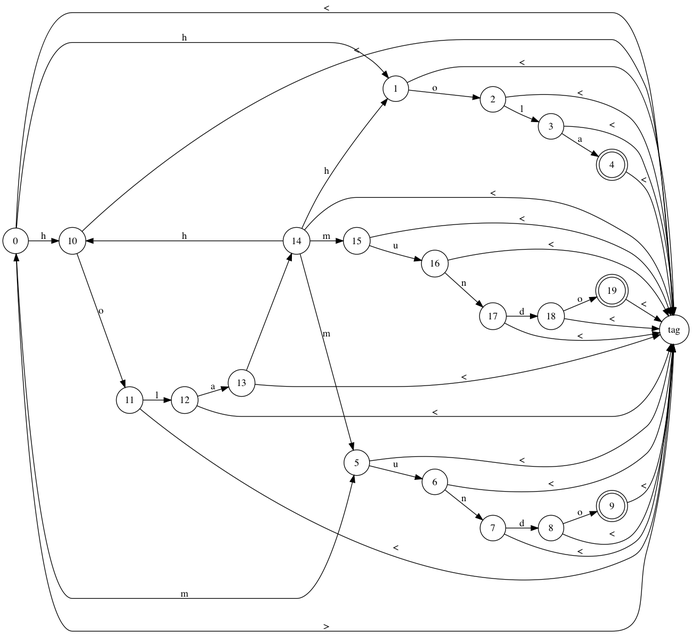
Earlier version of the Graphviz export noDeterminante.png (GdeAchaval/automaton). Its source is kept beside it as noDeterminante.dot.
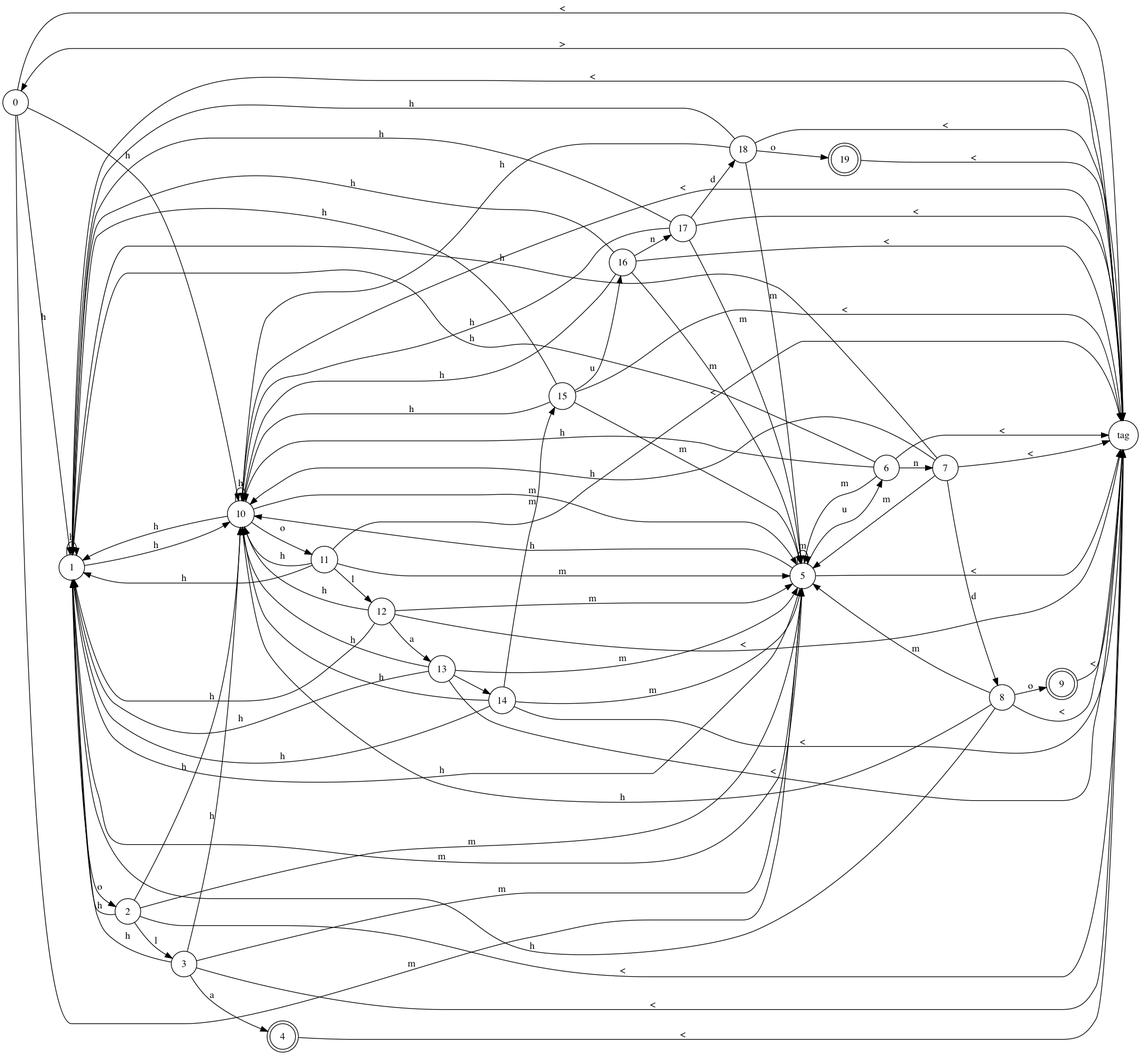
After the change.

Commit message:
sequence of words that are together are now detected

What changed in the source:
```diff
@@ -26,29 +26,62 @@
 Node_0 -> Node_10 [label="h"];
 Node_0 -> Node_tag [label="<"];
 Node_0 -> Node_5 [label="m"];
+Node_1 -> Node_1 [label="h"];
+Node_1 -> Node_10 [label="h"];
 Node_1 -> Node_tag [label="<"];
+Node_1 -> Node_5 [label="m"];
 Node_1 -> Node_2 [label="o"];
+Node_10 -> Node_1 [label="h"];
+Node_10 -> Node_10 [label="h"];
 Node_10 -> Node_tag [label="<"];
+Node_10 -> Node_5 [label="m"];
 Node_10 -> Node_11 [label="o"];
 Node_tag -> Node_0 [label=">"];
 Node_5 -> Node_6 [label="u"];
+Node_5 -> Node_1 [label="h"];
+Node_5 -> Node_10 [label="h"];
 Node_5 -> Node_tag [label="<"];
+Node_5 -> Node_5 [label="m"];
+Node_2 -> Node_1 [label="h"];
+Node_2 -> Node_10 [label="h"];
 Node_2 -> Node_tag [label="<"];
 Node_2 -> Node_3 [label="l"];
+Node_2 -> Node_5 [label="m"];
+Node_11 -> Node_1 [label="h"];
+Node_11 -> Node_10 [label="h"];
 Node_11 -> Node_tag [label="<"];
 Node_11 -> Node_12 [label="l"];
+Node_11 -> Node_5 [label="m"];
+Node_6 -> Node_1 [label="h"];
+Node_6 -> Node_10 [label="h"];
 Node_6 -> Node_tag [label="<"];
+Node_6 -> Node_5 [label="m"];
 Node_6 -> Node_7 [label="n"];
 Node_3 -> Node_4 [label="a"];
+Node_3 -> Node_1 [label="h"];
+Node_3 -> Node_10 [label="h"];
 Node_3 -> Node_tag [label="<"];
+Node_3 -> Node_5 [label="m"];
 Node_12 -> Node_13 [label="a"];
+Node_12 -> Node_1 [label="h"];
+Node_12 -> Node_10 [label="h"];
 Node_12 -> Node_tag [label="<"];
+Node_12 -> Node_5 [label="m"];
 Node_7 -> Node_8 [label="d"];
+Node_7 -> Node_1 [label="h"];
+Node_7 -> Node_10 [label="h"];
 Node_7 -> Node_tag [label="<"];
+Node_7 -> Node_5 [label="m"];
 Node_4 -> Node_tag [label="<"];
 Node_13 -> Node_14 [label=" "];
+Node_13 -> Node_1 [label="h"];
+Node_13 -> Node_10 [label="h"];
 Node_13 -> Node_tag [label="<"];
+Node_13 -> Node_5 [label="m"];
+Node_8 -> Node_1 [label="h"];
+Node_8 -> Node_10 [label="h"];
 Node_8 -> Node_tag [label="<"];
+Node_8 -> Node_5 [label="m"];
 Node_8 -> Node_9 [label="o"];
 Node_14 -> Node_1 [label="h"];
 Node_14 -> Node_10 [label="h"];
@@ -57,12 +90,24 @@
 Node_14 -> Node_5 [label="m"];
 Node_9 -> Node_tag [label="<"];
 Node_15 -> Node_16 [label="u"];
+Node_15 -> Node_1 [label="h"];
+Node_15 -> Node_10 [label="h"];
 Node_15 -> Node_tag [label="<"];
+Node_15 -> Node_5 [label="m"];
+Node_16 -> Node_1 [label="h"];
+Node_16 -> Node_10 [label="h"];
 Node_16 -> Node_tag [label="<"];
+Node_16 -> Node_5 [label="m"];
 Node_16 -> Node_17 [label="n"];
 Node_17 -> Node_18 [label="d"];
+Node_17 -> Node_1 [label="h"];
+Node_17 -> Node_10 [label="h"];
 Node_17 -> Node_tag [label="<"];
+Node_17 -> Node_5 [label="m"];
+Node_18 -> Node_1 [label="h"];
+Node_18 -> Node_10 [label="h"];
 Node_18 -> Node_tag [label="<"];
+Node_18 -> Node_5 [label="m"];
 Node_18 -> Node_19 [label="o"];
 Node_19 -> Node_tag [label="<"];
 }
```
